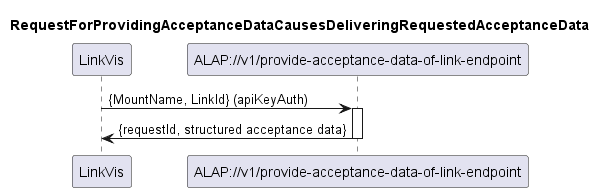
openBackhaul/AccessPlanningToolProxy keeps this PlantUML diagram as spec/diagrams/ProvideAcceptanceDataOfLinkEndpoint/170_DeliveringRequestedAcceptanceData.png. Above is the earlier version.
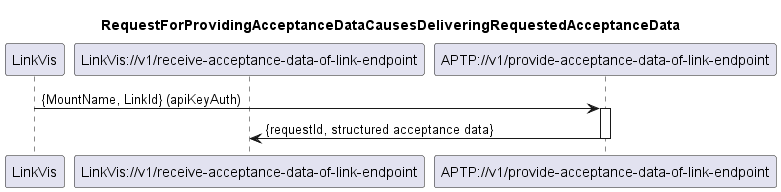
After the change.

Change to the diagram source:
```diff
@@ -6,14 +6,15 @@
 end title
 
 participant "LinkVis" as LinkVis
-participant "ALAP://v1/provide-acceptance-data-of-link-endpoint" as ALAP
+participant "LinkVis://v1/receive-acceptance-data-of-link-endpoint" as LinkVisReceiveAcc
+participant "APTP://v1/provide-acceptance-data-of-link-endpoint" as APTP
 
 
-LinkVis -> ALAP: {MountName, LinkId} (apiKeyAuth)
-activate ALAP
+LinkVis -> APTP: {MountName, LinkId} (apiKeyAuth)
+activate APTP
 
-ALAP -> LinkVis: {requestId, structured acceptance data}
+APTP -> LinkVisReceiveAcc: {requestId, structured acceptance data}
 
-deactivate ALAP
+deactivate APTP
 
 @enduml
```
